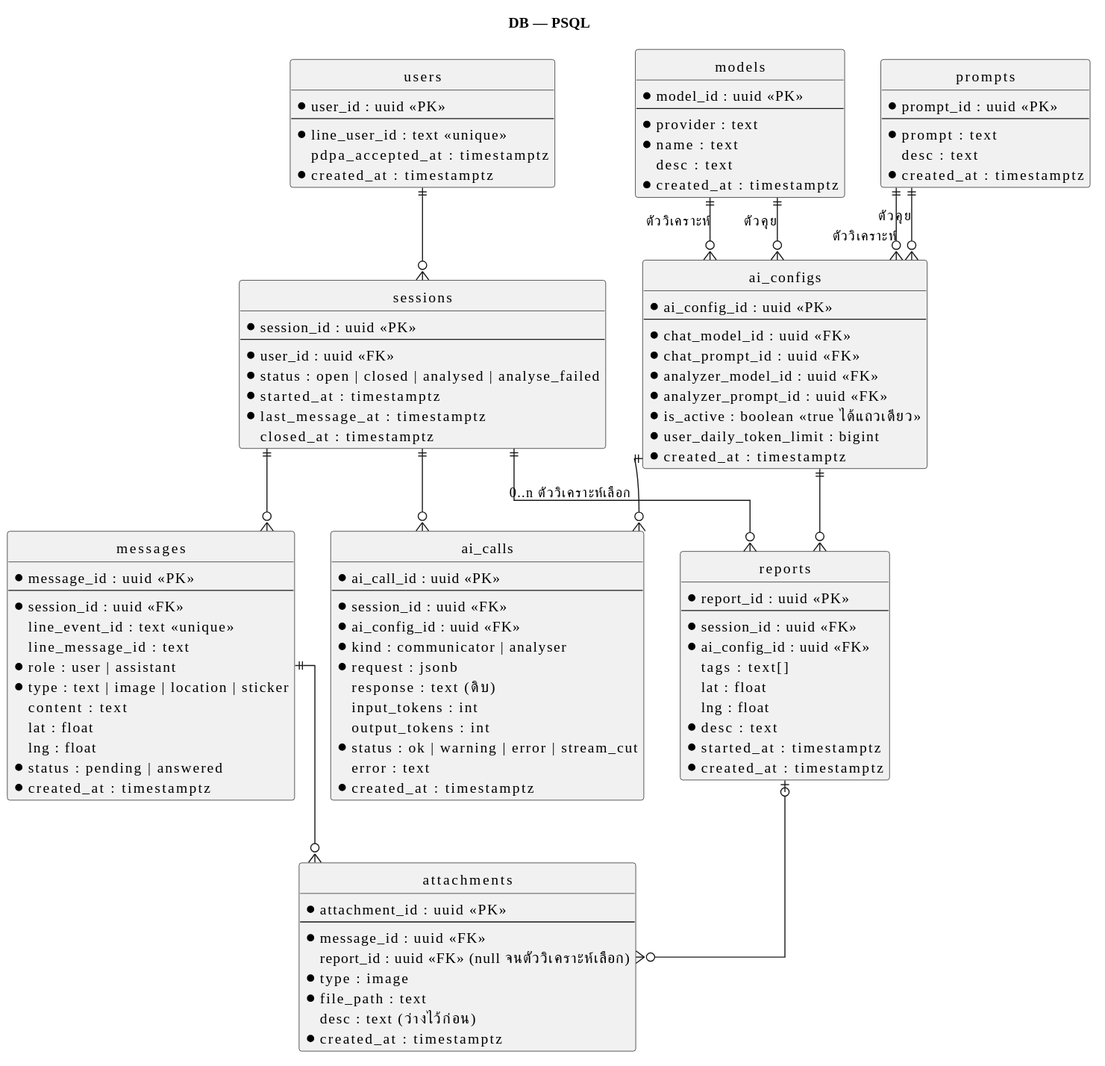
The PlantUML diagram docs/designs/07-dbdiagram/db.svg in tonkitcstu/ucr-smartcity_chatbot, before a commit.
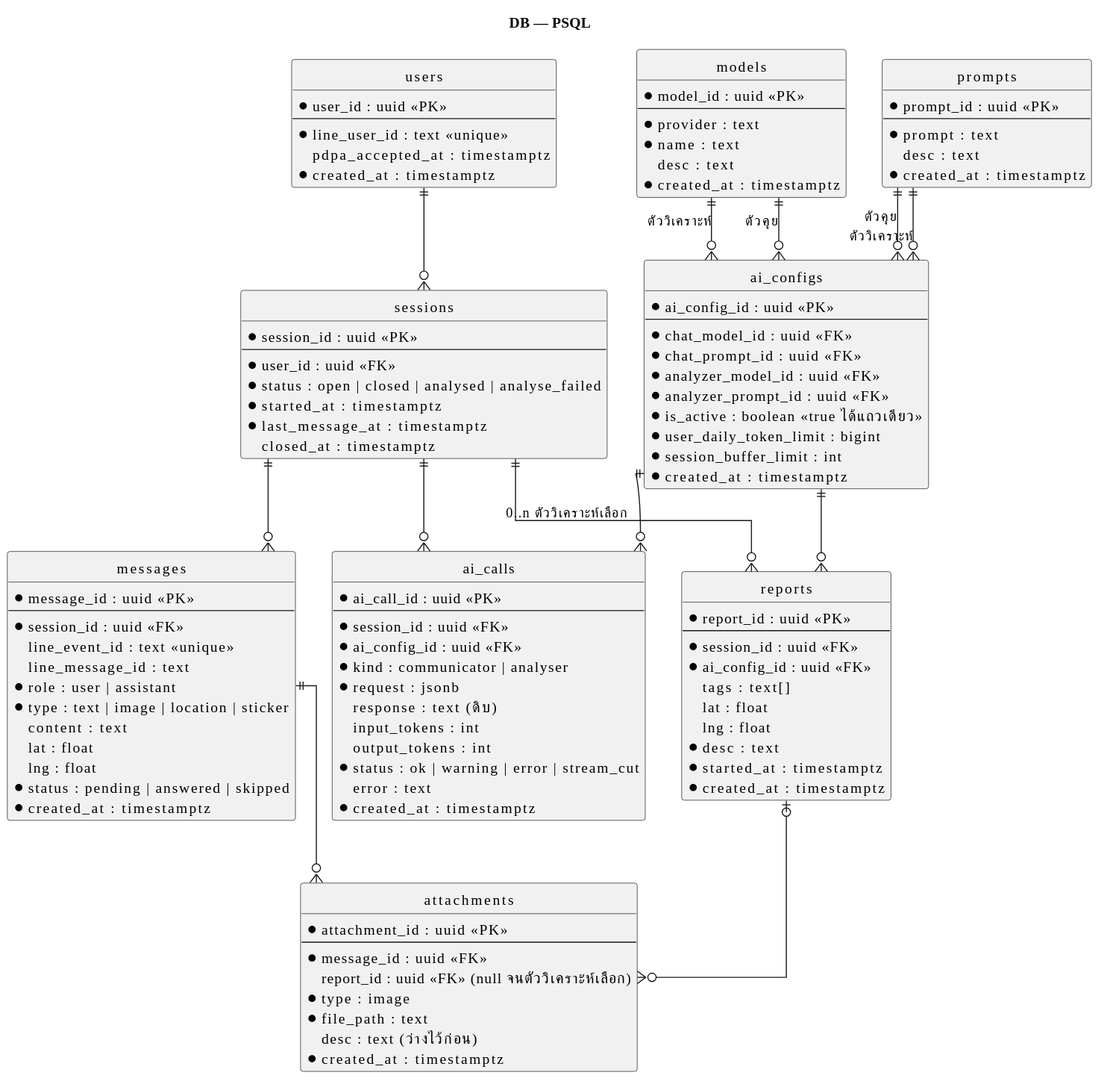
After the commit.

The edit, as a diff of the source:
```diff
@@ -36,7 +36,7 @@
   content : text
   lat : float
   lng : float
-  * status : pending | answered
+  * status : pending | answered | skipped
   * created_at : timestamptz
 }
 
@@ -88,6 +88,7 @@
   * analyzer_prompt_id : uuid <<FK>>
   * is_active : boolean <<true ได้แถวเดียว>>
   * user_daily_token_limit : bigint
+  * session_buffer_limit : int
   * created_at : timestamptz
 }
 
```
